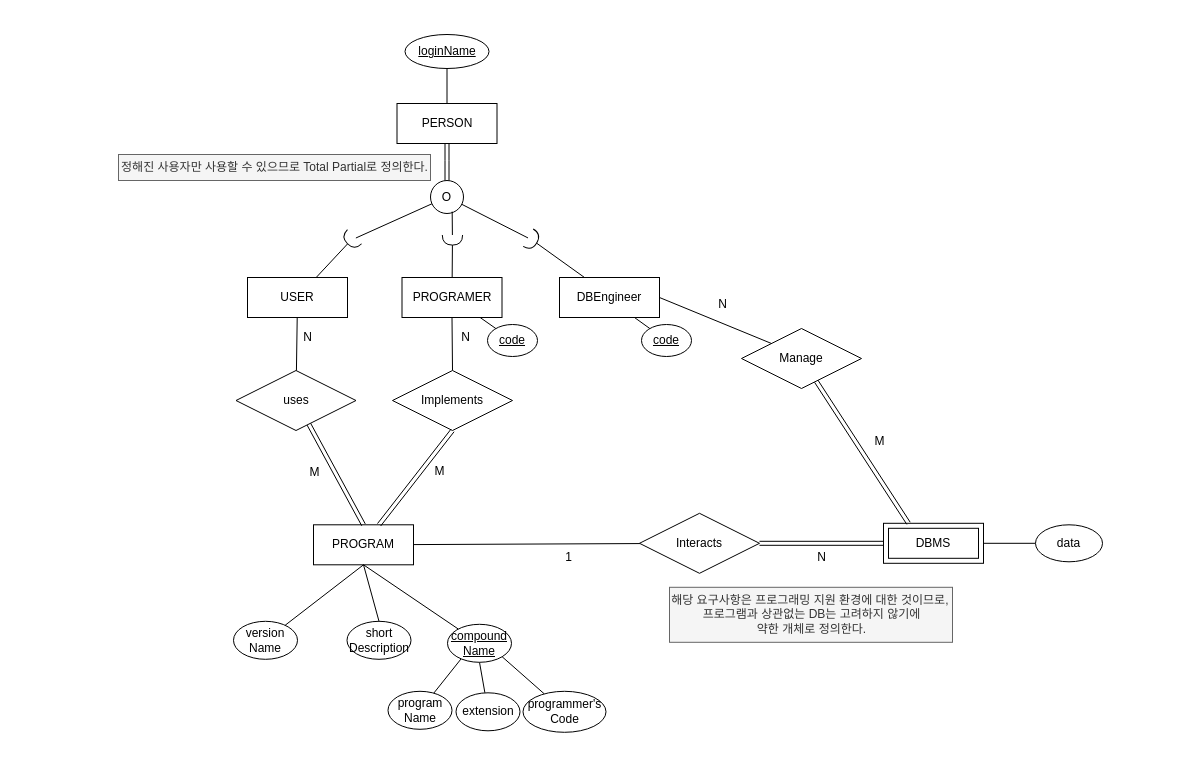
The draw.io diagram DBStudio/DBStudio_Ass7_Programmer.drawio in cobinding/draw.io_collection, before the edit. Source tidied: cells renumbered, new cells numbered last; positions are measured from the earlier drawing's top-left corner, leaving out a move shared by most shapes. Both pictures are drawn from the tidied source at 100%, with x=0, y=0 at pixel (118, 34).
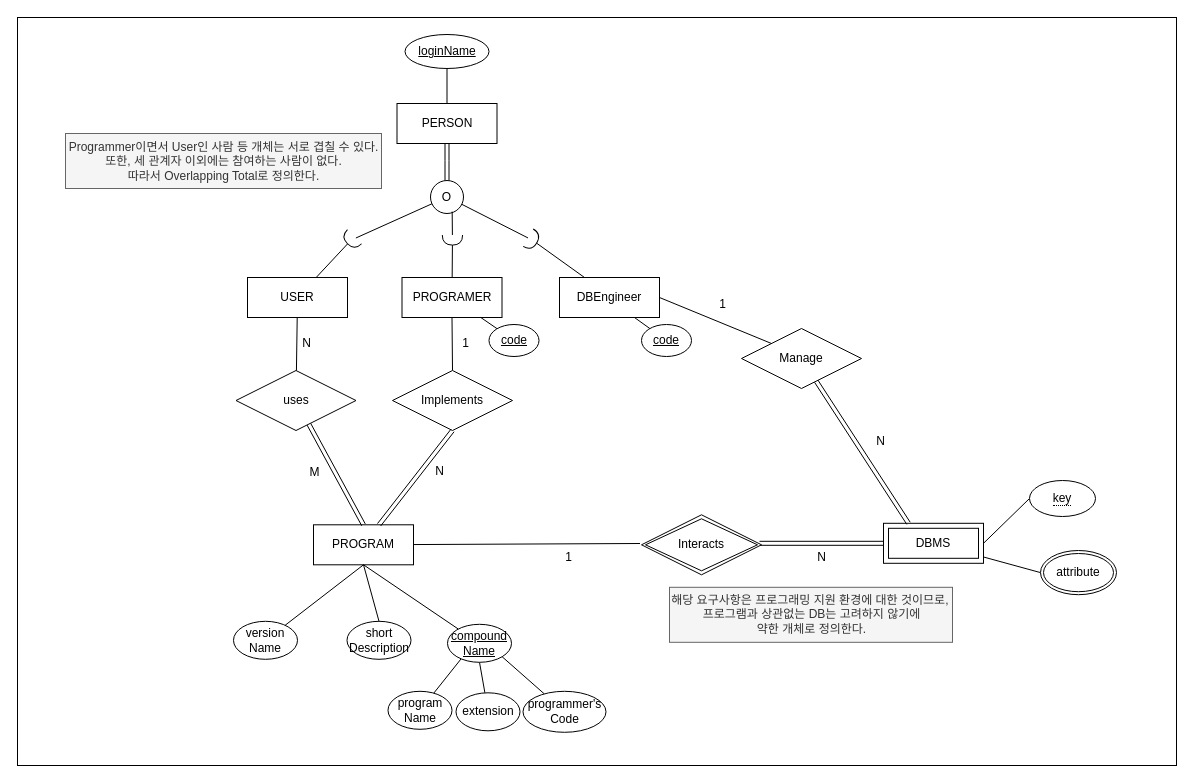
The same page after the edit.

The change refers to these unchanged cells:
```xml
<mxCell id="7" value="PROGRAM" style="whiteSpace=wrap;html=1;align=center;" parent="1" vertex="1">
  <mxGeometry x="195" y="490.3" width="100" height="40" as="geometry" />
</mxCell>
<mxCell id="9" style="rounded=0;jettySize=auto;html=1;endArrow=none;endFill=0;exitX=0.5;exitY=1;exitDx=0;exitDy=0;shape=link;" parent="1" edge="1" source="8" target="7">
  <mxGeometry relative="1" as="geometry" />
</mxCell>
<mxCell id="41" value="DBMS" style="shape=ext;margin=3;double=1;whiteSpace=wrap;html=1;align=center;sketch=0;strokeColor=default;verticalAlign=middle;fontFamily=Helvetica;fontSize=12;fontColor=default;fillColor=default;" parent="1" vertex="1">
  <mxGeometry x="765" y="488.8" width="100" height="40" as="geometry" />
</mxCell>
```

The edit, as a diff of the source:
```diff
@@
+    <mxCell id="61" style="rounded=0;whiteSpace=wrap;html=1;" parent="1" vertex="1">
+      <mxGeometry x="-101" y="-17" width="1159" height="748" as="geometry" />
+    </mxCell>
@@
-    <mxCell id="6" style="rounded=0;jettySize=auto;html=1;fontFamily=Helvetica;fontSize=12;fontColor=default;endArrow=none;endFill=0;" parent="1" edge="1" source="7" target="39">
-      <mxGeometry relative="1" as="geometry" />
+    <mxCell id="6" style="rounded=0;jettySize=auto;html=1;fontFamily=Helvetica;fontSize=12;fontColor=default;endArrow=none;endFill=0;" parent="1" edge="1" source="7">
+      <mxGeometry relative="1" as="geometry">
+        <mxPoint x="521.5" y="509" as="targetPoint" />
+      </mxGeometry>
     </mxCell>
@@
-    <mxCell id="10" value="M" style="edgeLabel;html=1;align=center;verticalAlign=middle;sketch=0;strokeColor=default;fontFamily=Helvetica;fontSize=12;fontColor=default;fillColor=default;" parent="9" vertex="1">
+    <mxCell id="10" value="N" style="edgeLabel;html=1;align=center;verticalAlign=middle;sketch=0;strokeColor=default;fontFamily=Helvetica;fontSize=12;fontColor=default;fillColor=default;" parent="9" vertex="1">
       <mxGeometry x="-0.21" y="5" relative="1" as="geometry">
         <mxPoint x="11" as="offset" />
       </mxGeometry>
     </mxCell>
@@
-    <mxCell id="18" value="정해진 사용자만 사용할 수 있으므로 Total Partial로 정의한다." style="text;html=1;align=center;verticalAlign=middle;strokeColor=#666666;fillColor=#f5f5f5;fontColor=#333333;" parent="1" vertex="1">
-      <mxGeometry y="120" width="312" height="26" as="geometry" />
-    </mxCell>
@@
     <mxCell id="27" value="&lt;u&gt;code&lt;/u&gt;" style="ellipse;whiteSpace=wrap;html=1;align=center;sketch=0;strokeColor=default;verticalAlign=middle;fontFamily=Helvetica;fontSize=12;fontColor=default;fillColor=default;" parent="1" vertex="1">
-      <mxGeometry x="369" y="290" width="50" height="32" as="geometry" />
+      <mxGeometry x="370.5" y="290" width="50" height="32" as="geometry" />
     </mxCell>
@@
-    <mxCell id="38" style="rounded=0;jettySize=auto;html=1;fontFamily=Helvetica;fontSize=12;fontColor=default;shape=link;" parent="1" edge="1" source="39" target="41">
-      <mxGeometry relative="1" as="geometry" />
+    <mxCell id="38" style="rounded=0;jettySize=auto;html=1;fontFamily=Helvetica;fontSize=12;fontColor=default;shape=link;" parent="1" edge="1" target="41">
+      <mxGeometry relative="1" as="geometry">
+        <mxPoint x="641" y="508.8" as="sourcePoint" />
+      </mxGeometry>
     </mxCell>
-    <mxCell id="39" value="Interacts" style="shape=rhombus;perimeter=rhombusPerimeter;whiteSpace=wrap;html=1;align=center;" parent="1" vertex="1">
-      <mxGeometry x="521" y="478.8" width="120" height="60" as="geometry" />
-    </mxCell>
-    <mxCell id="40" style="rounded=0;jettySize=auto;html=1;entryX=0;entryY=0.5;entryDx=0;entryDy=0;fontFamily=Helvetica;fontSize=12;fontColor=default;endArrow=none;endFill=0;exitX=1;exitY=0.5;exitDx=0;exitDy=0;" parent="1" edge="1" source="41" target="48">
+    <mxCell id="40" style="rounded=0;jettySize=auto;html=1;fontFamily=Helvetica;fontSize=12;fontColor=default;endArrow=none;endFill=0;exitX=1;exitY=0.5;exitDx=0;exitDy=0;entryX=0;entryY=0.5;entryDx=0;entryDy=0;" parent="1" edge="1" source="41" target="63">
       <mxGeometry relative="1" as="geometry" />
     </mxCell>
+    <mxCell id="62" style="rounded=0;jettySize=auto;html=1;entryX=0;entryY=0.5;entryDx=0;entryDy=0;endArrow=none;endFill=0;" parent="1" edge="1" source="41" target="64">
+      <mxGeometry relative="1" as="geometry" />
+    </mxCell>
@@
-    <mxCell id="44" value="N" style="text;html=1;align=center;verticalAlign=middle;strokeColor=none;fillColor=none;fontFamily=Helvetica;fontSize=12;fontColor=default;" parent="1" vertex="1">
-      <mxGeometry x="333.5" y="290" width="27" height="26" as="geometry" />
+    <mxCell id="44" value="1" style="text;html=1;align=center;verticalAlign=middle;strokeColor=none;fillColor=none;fontFamily=Helvetica;fontSize=12;fontColor=default;" parent="1" vertex="1">
+      <mxGeometry x="334.5" y="296" width="25" height="26" as="geometry" />
     </mxCell>
     <mxCell id="45" value="N" style="text;html=1;align=center;verticalAlign=middle;strokeColor=none;fillColor=none;fontFamily=Helvetica;fontSize=12;fontColor=default;" parent="1" vertex="1">
-      <mxGeometry x="175" y="290" width="27" height="26" as="geometry" />
+      <mxGeometry x="174" y="296" width="27" height="26" as="geometry" />
     </mxCell>
@@
-    <mxCell id="48" value="data" style="ellipse;whiteSpace=wrap;html=1;align=center;sketch=0;strokeColor=default;verticalAlign=middle;fontFamily=Helvetica;fontSize=12;fontColor=default;fillColor=default;" parent="1" vertex="1">
-      <mxGeometry x="917" y="490.3" width="67" height="37" as="geometry" />
-    </mxCell>
@@
-    <mxCell id="57" value="N" style="text;html=1;align=center;verticalAlign=middle;strokeColor=none;fillColor=none;fontFamily=Helvetica;fontSize=12;fontColor=default;" parent="1" vertex="1">
-      <mxGeometry x="590" y="257" width="27" height="26" as="geometry" />
+    <mxCell id="57" value="1" style="text;html=1;align=center;verticalAlign=middle;strokeColor=none;fillColor=none;fontFamily=Helvetica;fontSize=12;fontColor=default;" parent="1" vertex="1">
+      <mxGeometry x="591" y="257" width="25" height="26" as="geometry" />
     </mxCell>
-    <mxCell id="58" value="M" style="text;html=1;align=center;verticalAlign=middle;strokeColor=none;fillColor=none;fontFamily=Helvetica;fontSize=12;fontColor=default;" parent="1" vertex="1">
-      <mxGeometry x="747" y="394" width="28" height="26" as="geometry" />
+    <mxCell id="58" value="N" style="text;html=1;align=center;verticalAlign=middle;strokeColor=none;fillColor=none;fontFamily=Helvetica;fontSize=12;fontColor=default;" parent="1" vertex="1">
+      <mxGeometry x="748" y="394" width="27" height="26" as="geometry" />
     </mxCell>
@@
+    <mxCell id="39" value="Interacts" style="shape=rhombus;double=1;perimeter=rhombusPerimeter;whiteSpace=wrap;html=1;align=center;" parent="1" vertex="1">
+      <mxGeometry x="523" y="480.3" width="120" height="60" as="geometry" />
+    </mxCell>
+    <mxCell id="63" value="&lt;span style=&quot;border-bottom: 1px dotted&quot;&gt;key&lt;/span&gt;" style="ellipse;whiteSpace=wrap;html=1;align=center;" parent="1" vertex="1">
+      <mxGeometry x="911" y="446" width="66" height="36" as="geometry" />
+    </mxCell>
+    <mxCell id="64" value="attribute" style="ellipse;shape=doubleEllipse;margin=3;whiteSpace=wrap;html=1;align=center;" parent="1" vertex="1">
+      <mxGeometry x="922" y="516" width="76" height="44.2" as="geometry" />
+    </mxCell>
+    <mxCell id="65" value="Programmer이면서 User인 사람 등 개체는 서로 겹칠 수 있다.&lt;div&gt;또한, 세 관계자 이외에는 참여하는 사람이 없다.&lt;/div&gt;&lt;div&gt;따라서 Overlapping Total로 정의한다.&lt;/div&gt;" style="text;html=1;align=center;verticalAlign=middle;strokeColor=#666666;fillColor=#f5f5f5;fontColor=#333333;" parent="1" vertex="1">
+      <mxGeometry x="-53" y="99" width="316" height="55" as="geometry" />
+    </mxCell>
```
